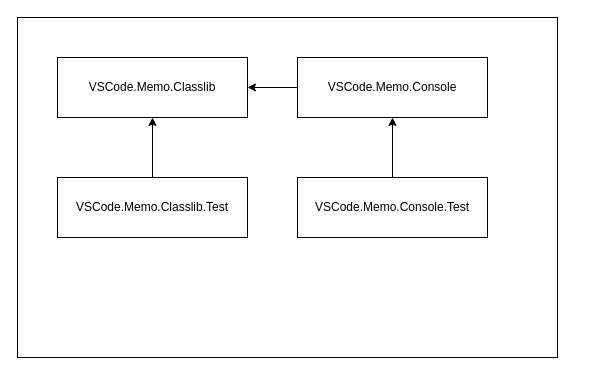
The draw.io diagram Project.drawio in Gunj0/CSharp.VSCode.Memo, before the edit. Source tidied: cells renumbered, new cells numbered last; positions are measured from the earlier drawing's top-left corner, leaving out a move shared by most shapes. Both pictures are drawn from the tidied source at 100%, with x=0, y=0 at pixel (17, 17).
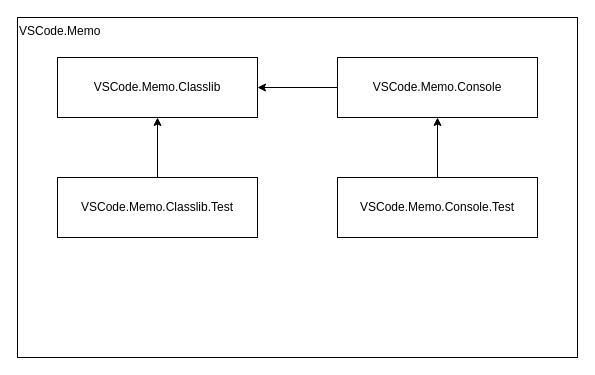
After the change.

What changed in the source:
```diff
@@
 <mxGraphModel>
   <root>
     <mxCell id="0" />
     <mxCell id="1" parent="0" />
-    <mxCell id="2" style="rounded=0;whiteSpace=wrap;html=1;fontColor=default;" parent="1" vertex="1">
-      <mxGeometry width="540" height="340" as="geometry" />
+    <mxCell id="2" value="VSCode.Memo" style="rounded=0;whiteSpace=wrap;html=1;fontColor=default;align=left;verticalAlign=top;" parent="1" vertex="1">
+      <mxGeometry width="560" height="340" as="geometry" />
     </mxCell>
+    <mxCell id="10" parent="0" />
-    <mxCell id="3" style="edgeStyle=none;html=1;exitX=0;exitY=0.5;exitDx=0;exitDy=0;entryX=1;entryY=0.5;entryDx=0;entryDy=0;" parent="1" edge="1" source="5" target="4">
+    <mxCell id="3" style="edgeStyle=none;html=1;exitX=0;exitY=0.5;exitDx=0;exitDy=0;entryX=1;entryY=0.5;entryDx=0;entryDy=0;" parent="10" edge="1" source="5" target="4">
       <mxGeometry relative="1" as="geometry" />
     </mxCell>
-    <mxCell id="4" value="&lt;span style=&quot;&quot;&gt;VSCode.Memo.Classlib&lt;/span&gt;" style="rounded=0;whiteSpace=wrap;html=1;fillColor=none;fontColor=default;" parent="1" vertex="1">
-      <mxGeometry x="40" y="40" width="190" height="60" as="geometry" />
+    <mxCell id="4" value="&lt;span style=&quot;&quot;&gt;VSCode.Memo.Classlib&lt;/span&gt;" style="rounded=0;whiteSpace=wrap;html=1;fillColor=none;fontColor=default;" parent="10" vertex="1">
+      <mxGeometry x="40" y="40" width="200" height="60" as="geometry" />
     </mxCell>
-    <mxCell id="5" value="&lt;span style=&quot;&quot;&gt;VSCode.Memo.Console&lt;/span&gt;" style="rounded=0;whiteSpace=wrap;html=1;fillColor=none;fontColor=light-dark(#000000,#FFFFFF);" parent="1" vertex="1">
-      <mxGeometry x="280" y="40" width="190" height="60" as="geometry" />
+    <mxCell id="5" value="&lt;span style=&quot;&quot;&gt;VSCode.Memo.Console&lt;/span&gt;" style="rounded=0;whiteSpace=wrap;html=1;fillColor=none;fontColor=light-dark(#000000,#FFFFFF);" parent="10" vertex="1">
+      <mxGeometry x="320" y="40" width="200" height="60" as="geometry" />
     </mxCell>
-    <mxCell id="6" value="&lt;span style=&quot;&quot;&gt;VSCode.Memo.Classlib.Test&lt;/span&gt;" style="rounded=0;whiteSpace=wrap;html=1;fillColor=none;fontColor=default;" parent="1" vertex="1">
-      <mxGeometry x="40" y="160" width="190" height="60" as="geometry" />
+    <mxCell id="6" value="&lt;span style=&quot;&quot;&gt;VSCode.Memo.Classlib.Test&lt;/span&gt;" style="rounded=0;whiteSpace=wrap;html=1;fillColor=none;fontColor=default;" parent="10" vertex="1">
+      <mxGeometry x="40" y="160" width="200" height="60" as="geometry" />
     </mxCell>
-    <mxCell id="7" style="edgeStyle=none;html=1;exitX=0.5;exitY=0;exitDx=0;exitDy=0;entryX=0.5;entryY=1;entryDx=0;entryDy=0;" parent="1" edge="1" source="6" target="4">
+    <mxCell id="7" style="edgeStyle=none;html=1;exitX=0.5;exitY=0;exitDx=0;exitDy=0;entryX=0.5;entryY=1;entryDx=0;entryDy=0;" parent="10" edge="1" source="6" target="4">
       <mxGeometry relative="1" as="geometry" />
     </mxCell>
-    <mxCell id="8" value="&lt;span style=&quot;&quot;&gt;VSCode.Memo.Console.Test&lt;/span&gt;" style="rounded=0;whiteSpace=wrap;html=1;fillColor=none;fontColor=light-dark(#000000,#FFFFFF);" parent="1" vertex="1">
-      <mxGeometry x="280" y="160" width="190" height="60" as="geometry" />
+    <mxCell id="8" value="&lt;span style=&quot;&quot;&gt;VSCode.Memo.Console.Test&lt;/span&gt;" style="rounded=0;whiteSpace=wrap;html=1;fillColor=none;fontColor=light-dark(#000000,#FFFFFF);" parent="10" vertex="1">
+      <mxGeometry x="320" y="160" width="200" height="60" as="geometry" />
     </mxCell>
-    <mxCell id="9" style="edgeStyle=none;html=1;entryX=0.5;entryY=1;entryDx=0;entryDy=0;" parent="1" edge="1" source="8" target="5">
+    <mxCell id="9" style="edgeStyle=none;html=1;entryX=0.5;entryY=1;entryDx=0;entryDy=0;" parent="10" edge="1" source="8" target="5">
       <mxGeometry relative="1" as="geometry" />
     </mxCell>
   </root>
 </mxGraphModel>
```
